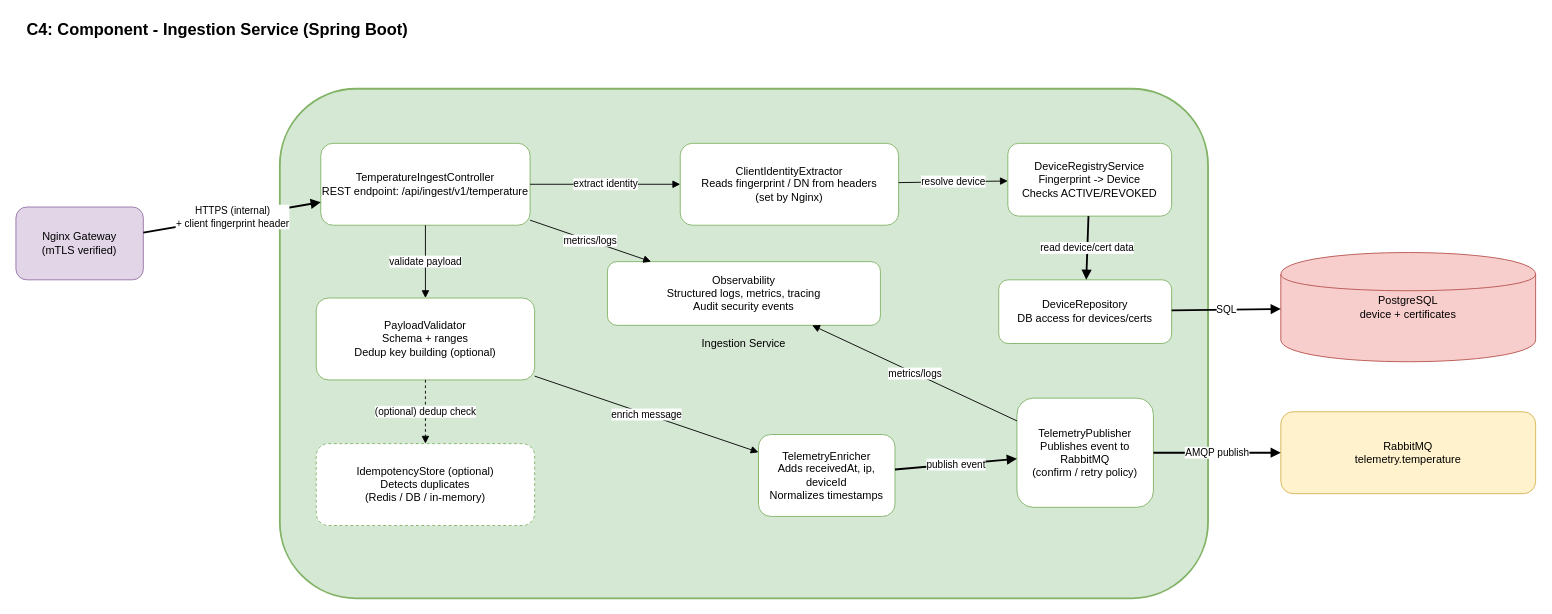
Earlier version of the draw.io diagram docs/diagrams/c4-component-ingestion.drawio (PawelUrbanik/SenseCore). Source tidied: cells renumbered, new cells numbered last; positions are measured from the earlier drawing's top-left corner, leaving out a move shared by most shapes. Both pictures are drawn from the tidied source at 91%, with x=0, y=0 at pixel (15, 15).
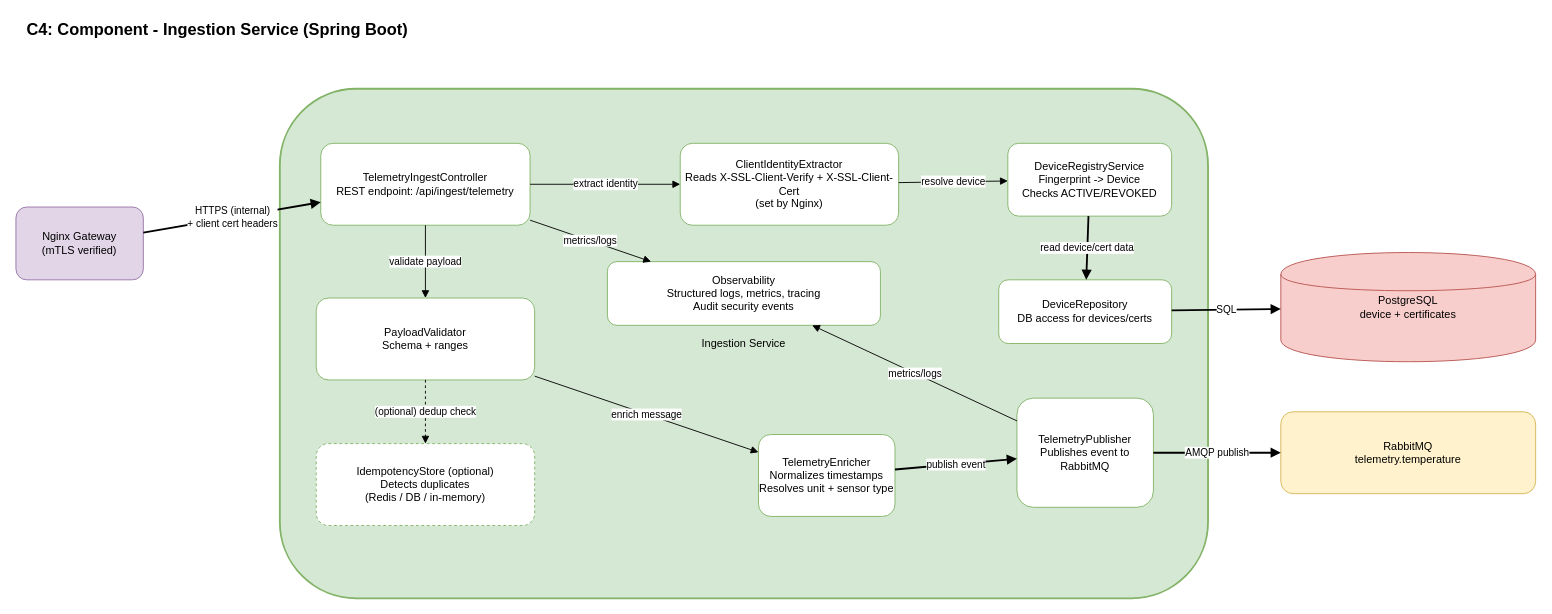
After the change.

The change refers to these unchanged cells:
```xml
<mxCell id="3" value="Nginx Gateway&#10;(mTLS verified)" style="rounded=1;whiteSpace=wrap;html=1;fillColor=#e1d5e7;strokeColor=#9673a6;" parent="1" vertex="1">
  <mxGeometry y="210" width="140" height="80" as="geometry" />
</mxCell>
```

Diff of the diagram source:
```diff
@@
-    <mxCell id="7" value="TemperatureIngestController&#10;REST endpoint: /api/ingest/v1/temperature" style="rounded=1;whiteSpace=wrap;html=1;fillColor=#ffffff;strokeColor=#82b366;" parent="1" vertex="1">
+    <mxCell id="7" value="TelemetryIngestController&#10;REST endpoint: /api/ingest/telemetry" style="rounded=1;whiteSpace=wrap;html=1;fillColor=#ffffff;strokeColor=#82b366;" parent="1" vertex="1">
       <mxGeometry x="335" y="140" width="230" height="90" as="geometry" />
     </mxCell>
-    <mxCell id="8" value="ClientIdentityExtractor&#10;Reads fingerprint / DN from headers&#10;(set by Nginx)" style="rounded=1;whiteSpace=wrap;html=1;fillColor=#ffffff;strokeColor=#82b366;" parent="1" vertex="1">
+    <mxCell id="8" value="ClientIdentityExtractor&#10;Reads X-SSL-Client-Verify + X-SSL-Client-Cert&#10;(set by Nginx)" style="rounded=1;whiteSpace=wrap;html=1;fillColor=#ffffff;strokeColor=#82b366;" parent="1" vertex="1">
       <mxGeometry x="730" y="140" width="240" height="90" as="geometry" />
     </mxCell>
@@
-    <mxCell id="10" value="PayloadValidator&#10;Schema + ranges&#10;Dedup key building (optional)" style="rounded=1;whiteSpace=wrap;html=1;fillColor=#ffffff;strokeColor=#82b366;" parent="1" vertex="1">
+    <mxCell id="10" value="PayloadValidator&#10;Schema + ranges" style="rounded=1;whiteSpace=wrap;html=1;fillColor=#ffffff;strokeColor=#82b366;" parent="1" vertex="1">
       <mxGeometry x="330" y="310" width="240" height="90" as="geometry" />
     </mxCell>
-    <mxCell id="11" value="TelemetryEnricher&#10;Adds receivedAt, ip, deviceId&#10;Normalizes timestamps" style="rounded=1;whiteSpace=wrap;html=1;fillColor=#ffffff;strokeColor=#82b366;" parent="1" vertex="1">
+    <mxCell id="11" value="TelemetryEnricher&#10;Normalizes timestamps&#10;Resolves unit + sensor type" style="rounded=1;whiteSpace=wrap;html=1;fillColor=#ffffff;strokeColor=#82b366;" parent="1" vertex="1">
       <mxGeometry x="816" y="460" width="150" height="90" as="geometry" />
     </mxCell>
-    <mxCell id="12" value="TelemetryPublisher&#10;Publishes event to RabbitMQ&#10;(confirm / retry policy)" style="rounded=1;whiteSpace=wrap;html=1;fillColor=#ffffff;strokeColor=#82b366;" parent="1" vertex="1">
+    <mxCell id="12" value="TelemetryPublisher&#10;Publishes event to RabbitMQ" style="rounded=1;whiteSpace=wrap;html=1;fillColor=#ffffff;strokeColor=#82b366;" parent="1" vertex="1">
       <mxGeometry x="1100" y="420" width="150" height="120" as="geometry" />
     </mxCell>
@@
-    <mxCell id="16" value="HTTPS (internal)&#10;+ client fingerprint header" style="endArrow=block;html=1;strokeWidth=2;" parent="1" edge="1" source="3" target="7">
+    <mxCell id="16" value="HTTPS (internal)&#10;+ client cert headers" style="endArrow=block;html=1;strokeWidth=2;" parent="1" edge="1" source="3" target="7">
       <mxGeometry relative="1" as="geometry" />
     </mxCell>
```
